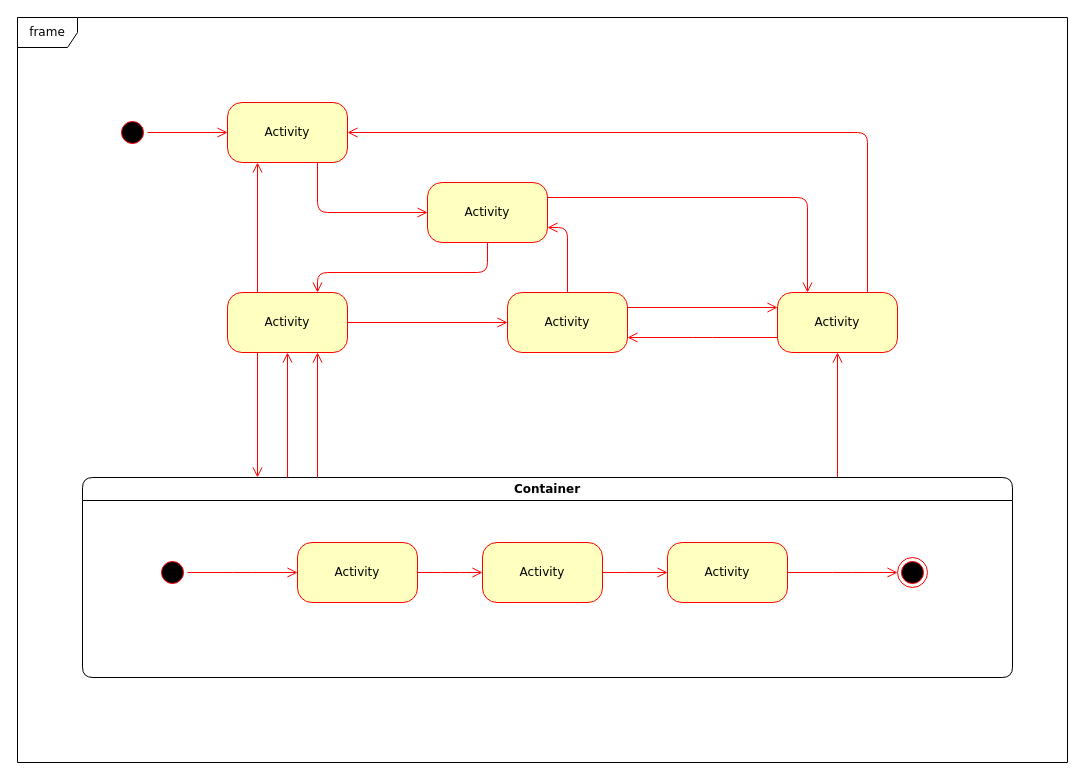
Before: Untitled Diagram.drawio in Allek420/Forage, a draw.io diagram. Source tidied: cells renumbered, new cells numbered last; positions are measured from the earlier drawing's top-left corner, leaving out a move shared by most shapes. Both pictures are drawn from the tidied source at 100%, with x=0, y=0 at pixel (17, 17).
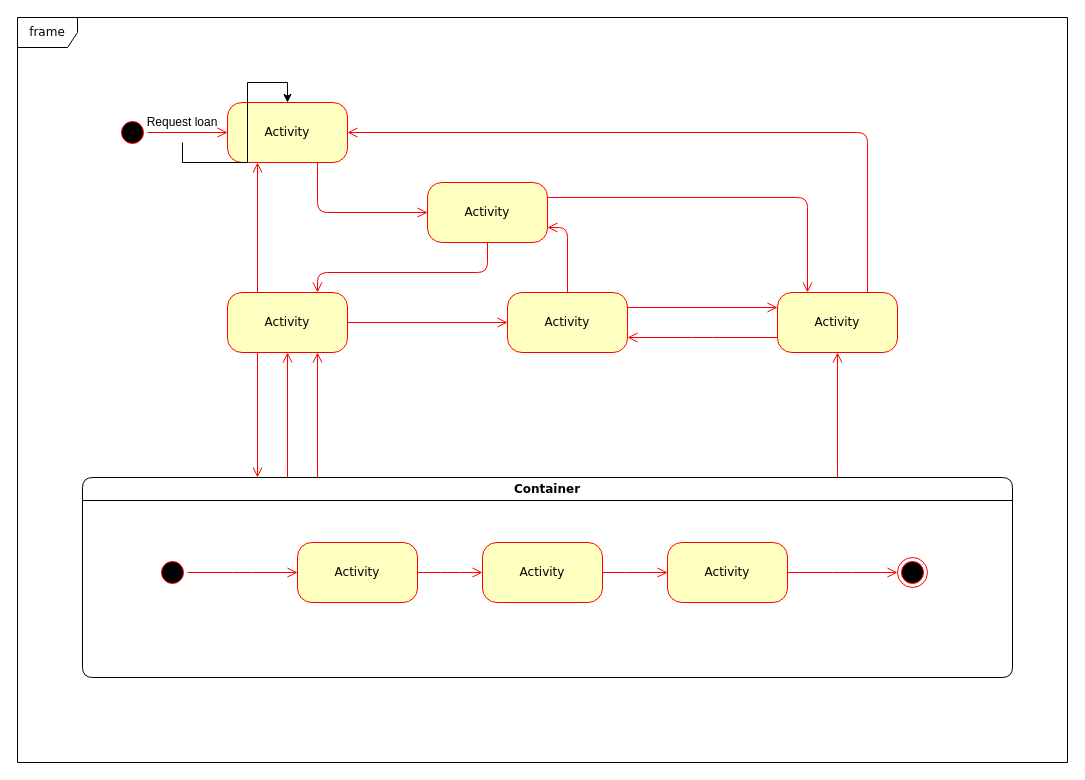
The same diagram, later.

Commit message:
State Diagram for Citi Loan Management System

The change refers to these unchanged cells:
```xml
<mxCell id="4" value="Activity" style="rounded=1;whiteSpace=wrap;html=1;arcSize=24;fillColor=#ffffc0;strokeColor=#ff0000;shadow=0;comic=0;labelBackgroundColor=none;fontFamily=Verdana;fontSize=12;fontColor=#000000;align=center;" parent="1" vertex="1">
  <mxGeometry x="210" y="85" width="120" height="60" as="geometry" />
</mxCell>
```

Change to the diagram source:
```diff
@@
+    <mxCell id="33" style="edgeStyle=orthogonalEdgeStyle;rounded=0;jettySize=auto;html=1;" parent="1" edge="1" source="34" target="4">
+      <mxGeometry relative="1" as="geometry" />
+    </mxCell>
+    <mxCell id="34" value="Request loan" style="text;strokeColor=none;align=center;fillColor=none;html=1;verticalAlign=middle;whiteSpace=wrap;rounded=0;" parent="1" vertex="1">
+      <mxGeometry x="120" y="85" width="90" height="40" as="geometry" />
+    </mxCell>
```
